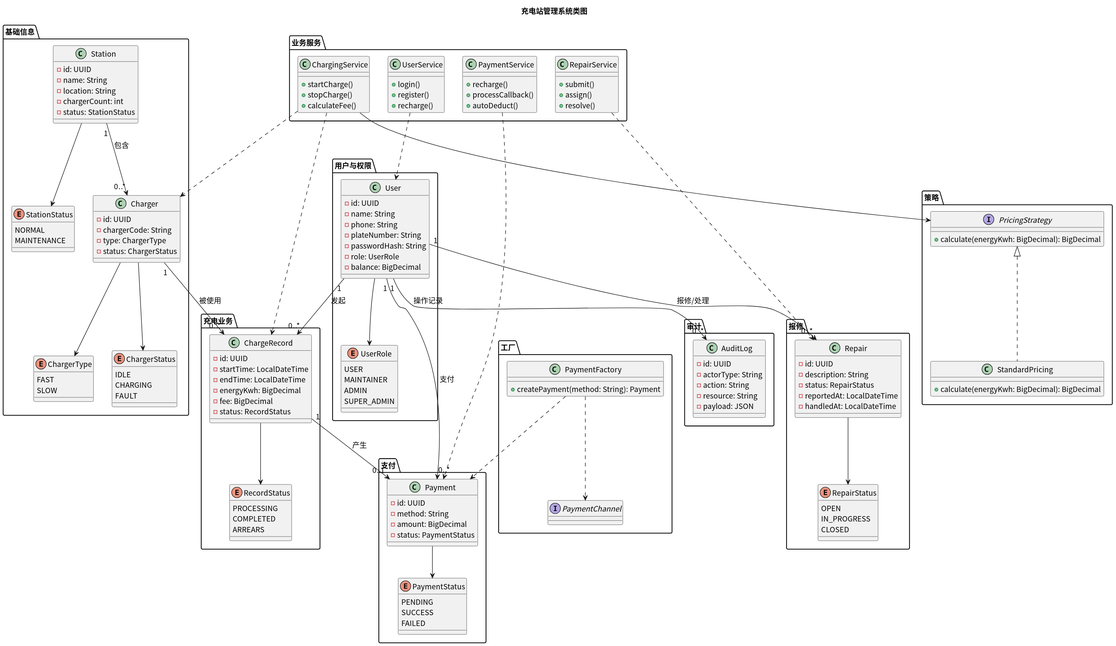
Before: class/img/class_diagram.svg, a diagram exported from PlantUML (greenhandzdl/charging-station-doc).
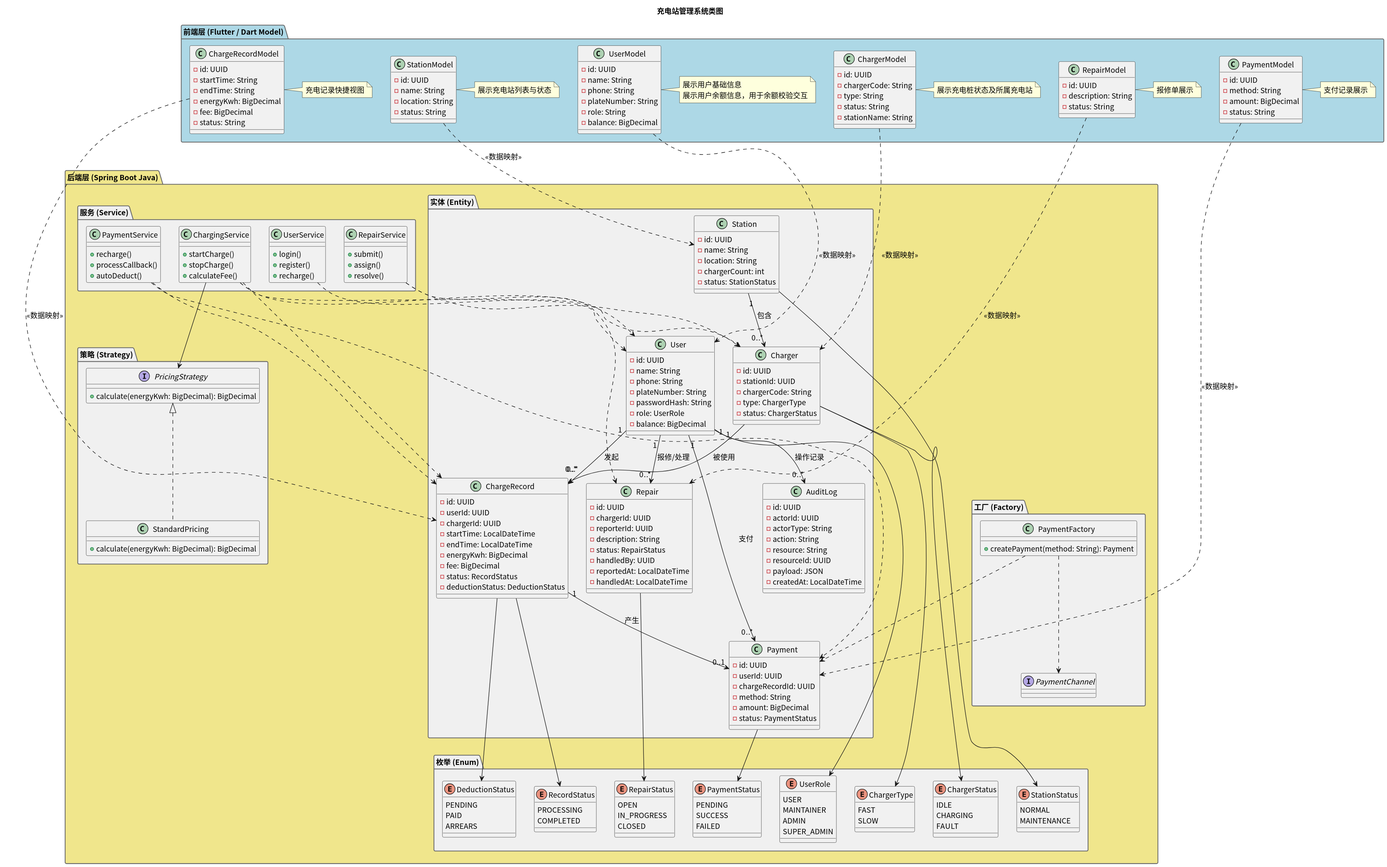
The same diagram one commit later.

The edit, as a diff of the source:
```diff
@@ -2,199 +2,268 @@
 skinparam defaultFontName "Noto Sans CJK SC"
 skinparam defaultFontSize 14
 title 充电站管理系统类图
-
-package "基础信息" {
-
-  class Station {
-    - id: UUID
-    - name: String
-    - location: String
-    - chargerCount: int
-    - status: StationStatus
-  }
-
-  enum StationStatus {
-    NORMAL
-    MAINTENANCE
-  }
-
-  class Charger {
-    - id: UUID
-    - chargerCode: String
-    - type: ChargerType
-    - status: ChargerStatus
-  }
-
-  enum ChargerType {
-    FAST
-    SLOW
-  }
-
-  enum ChargerStatus {
-    IDLE
-    CHARGING
-    FAULT
-  }
-
-  Station "1" --> "0..*" Charger : 包含
-  Station --> StationStatus
-  Charger --> ChargerType
-  Charger --> ChargerStatus
+skinparam package {
+  BackgroundColor #F0F0F0
+  BorderColor #666666
 }
 
-package "用户与权限" {
+package "前端层 (Flutter / Dart Model)" as FE #ADD8E6 {
+  !define FE_COLOR #ADD8E6
 
-  class User {
+  class "UserModel" as FUser {
     - id: UUID
     - name: String
     - phone: String
     - plateNumber: String
-    - passwordHash: String
-    - role: UserRole
+    - role: String
     - balance: BigDecimal
   }
+  note right of FUser : 展示用户基础信息\n展示用户余额信息，用于余额校验交互
 
-  enum UserRole {
-    USER
-    MAINTAINER
-    ADMIN
-    SUPER_ADMIN
+  class "StationModel" as FStation {
+    - id: UUID
+    - name: String
+    - location: String
+    - status: String
   }
+  note right of FStation : 展示充电站列表与状态
 
-  User --> UserRole
-}
+  class "ChargerModel" as FCharger {
+    - id: UUID
+    - chargerCode: String
+    - type: String
+    - status: String
+    - stationName: String
+  }
+  note right of FCharger : 展示充电桩状态及所属充电站
 
-package "充电业务" {
-
-  class ChargeRecord {
+  class "ChargeRecordModel" as FCRecord {
     - id: UUID
-    - startTime: LocalDateTime
-    - endTime: LocalDateTime
+    - startTime: String
+    - endTime: String
     - energyKwh: BigDecimal
     - fee: BigDecimal
-    - status: RecordStatus
+    - status: String
   }
+  note right of FCRecord : 充电记录快捷视图
 
-  enum RecordStatus {
-    PROCESSING
-    COMPLETED
-    ARREARS
-  }
-
-  ChargeRecord --> RecordStatus
-}
-
-package "支付" {
-
-  class Payment {
+  class "PaymentModel" as FPayment {
     - id: UUID
     - method: String
     - amount: BigDecimal
-    - status: PaymentStatus
+    - status: String
+  }
+  note right of FPayment : 支付记录展示
+
+  class "RepairModel" as FRepair {
+    - id: UUID
+    - description: String
+    - status: String
+  }
+  note right of FRepair : 报修单展示
+}
+
+package "后端层 (Spring Boot Java)" as BE #F0E68C {
+
+  package "实体 (Entity)" as ENT {
+    class Station {
+      - id: UUID
+      - name: String
+      - location: String
+      - chargerCount: int
+      - status: StationStatus
+    }
+
+    class Charger {
+      - id: UUID
+      - stationId: UUID
+      - chargerCode: String
+      - type: ChargerType
+      - status: ChargerStatus
+    }
+
+    class User {
+      - id: UUID
+      - name: String
+      - phone: String
+      - plateNumber: String
+      - passwordHash: String
+      - role: UserRole
+      - balance: BigDecimal
+    }
+
+    class ChargeRecord {
+      - id: UUID
+      - userId: UUID
+      - chargerId: UUID
+      - startTime: LocalDateTime
+      - endTime: LocalDateTime
+      - energyKwh: BigDecimal
+      - fee: BigDecimal
+      - status: RecordStatus
+      - deductionStatus: DeductionStatus
+    }
+
+    class Payment {
+      - id: UUID
+      - userId: UUID
+      - chargeRecordId: UUID
+      - method: String
+      - amount: BigDecimal
+      - status: PaymentStatus
+    }
+
+    class Repair {
+      - id: UUID
+      - chargerId: UUID
+      - reporterId: UUID
+      - description: String
+      - status: RepairStatus
+      - handledBy: UUID
+      - reportedAt: LocalDateTime
+      - handledAt: LocalDateTime
+    }
+
+    class AuditLog {
+      - id: UUID
+      - actorId: UUID
+      - actorType: String
+      - action: String
+      - resource: String
+      - resourceId: UUID
+      - payload: JSON
+      - createdAt: LocalDateTime
+    }
   }
 
-  enum PaymentStatus {
-    PENDING
-    SUCCESS
-    FAILED
+  package "枚举 (Enum)" as ENUM {
+    enum StationStatus {
+      NORMAL
+      MAINTENANCE
+    }
+
+    enum ChargerType {
+      FAST
+      SLOW
+    }
+
+    enum ChargerStatus {
+      IDLE
+      CHARGING
+      FAULT
+    }
+
+    enum UserRole {
+      USER
+      MAINTAINER
+      ADMIN
+      SUPER_ADMIN
+    }
+
+    enum RecordStatus {
+      PROCESSING
+      COMPLETED
+    }
+
+    enum DeductionStatus {
+      PENDING
+      PAID
+      ARREARS
+    }
+
+    enum PaymentStatus {
+      PENDING
+      SUCCESS
+      FAILED
+    }
+
+    enum RepairStatus {
+      OPEN
+      IN_PROGRESS
+      CLOSED
+    }
   }
 
-  Payment --> PaymentStatus
-}
+  package "服务 (Service)" as SVC {
+    class ChargingService {
+      + startCharge()
+      + stopCharge()
+      + calculateFee()
+    }
 
-package "报修" {
+    class PaymentService {
+      + recharge()
+      + processCallback()
+      + autoDeduct()
+    }
 
-  class Repair {
-    - id: UUID
-    - description: String
-    - status: RepairStatus
-    - reportedAt: LocalDateTime
-    - handledAt: LocalDateTime
+    class RepairService {
+      + submit()
+      + assign()
+      + resolve()
+    }
+
+    class UserService {
+      + login()
+      + register()
+      + recharge()
+    }
   }
 
-  enum RepairStatus {
-    OPEN
-    IN_PROGRESS
-    CLOSED
+  package "策略 (Strategy)" as STR {
+    interface PricingStrategy {
+      + calculate(energyKwh: BigDecimal): BigDecimal
+    }
+
+    class StandardPricing implements PricingStrategy {
+      + calculate(energyKwh: BigDecimal): BigDecimal
+    }
   }
 
-  Repair --> RepairStatus
-}
+  package "工厂 (Factory)" as FAC {
+    interface PaymentChannel {
+    }
 
-package "审计" {
-
-  class AuditLog {
-    - id: UUID
-    - actorType: String
-    - action: String
-    - resource: String
-    - payload: JSON
+    class PaymentFactory {
+      + createPayment(method: String): Payment
+    }
   }
 }
 
-package "业务服务" {
+Station "1" --> "0..*" Charger : 包含
+Station --> StationStatus
+Charger --> ChargerType
+Charger --> ChargerStatus
+User --> UserRole
+ChargeRecord --> RecordStatus
+ChargeRecord --> DeductionStatus
+Payment --> PaymentStatus
+Repair --> RepairStatus
 
-  class ChargingService {
-    + startCharge()
-    + stopCharge()
-    + calculateFee()
-  }
+ChargingService ..> ChargeRecord
+ChargingService ..> Charger
+ChargingService ..> User
+PaymentService ..> Payment
+PaymentService ..> ChargeRecord
+UserService ..> User
+RepairService ..> Repair
+RepairService ..> Charger
 
-  class PaymentService {
-    + recharge()
-    + processCallback()
-    + autoDeduct()
-  }
+ChargingService --> PricingStrategy
+PaymentFactory ..> PaymentChannel
+PaymentFactory ..> Payment
 
-  class RepairService {
-    + submit()
-    + assign()
-    + resolve()
-  }
-
-  class UserService {
-    + login()
-    + register()
-    + recharge()
-  }
-
-  ChargingService ..> ChargeRecord
-  ChargingService ..> Charger
-  PaymentService ..> Payment
-  UserService ..> User
-  RepairService ..> Repair
-}
-
-package "策略" {
-
-  interface PricingStrategy {
-    + calculate(energyKwh: BigDecimal): BigDecimal
-  }
-
-  class StandardPricing implements PricingStrategy {
-    + calculate(energyKwh: BigDecimal): BigDecimal
-  }
-
-  ChargingService --> PricingStrategy
-}
-
-package "工厂" {
-
-  interface PaymentChannel {
-  }
-
-  class PaymentFactory {
-    + createPayment(method: String): Payment
-  }
-
-  PaymentFactory ..> PaymentChannel
-  PaymentFactory ..> Payment
-}
-
+User "1" --> "0..*" ChargeRecord : 发起
 Charger "1" --> "0..*" ChargeRecord : 被使用
-User "1" --> "0..*" ChargeRecord : 发起
 User "1" --> "0..*" Payment : 支付
 User "1" --> "0..*" Repair : 报修/处理
 ChargeRecord "1" --> "0..1" Payment : 产生
 User "1" --> "0..*" AuditLog : 操作记录
+
+FUser ..> User : <<数据映射>>
+FStation ..> Station : <<数据映射>>
+FCharger ..> Charger : <<数据映射>>
+FCRecord ..> ChargeRecord : <<数据映射>>
+FPayment ..> Payment : <<数据映射>>
+FRepair ..> Repair : <<数据映射>>
 @enduml
```
